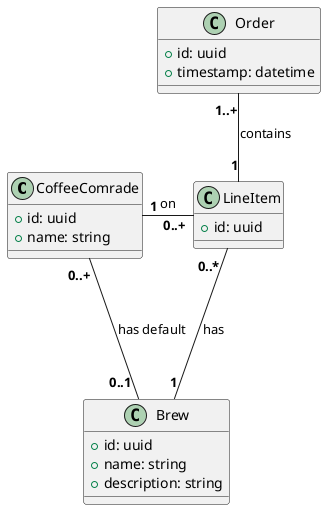
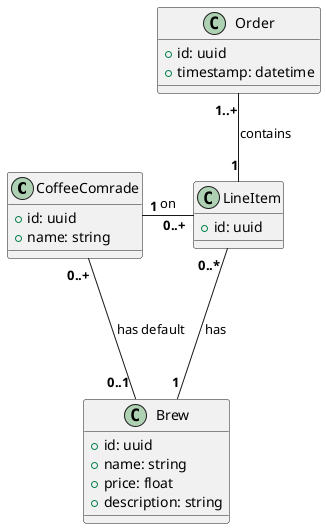
@startuml

class "CoffeeComrade" as cc {
    + id: uuid
    + name: string
}

class "Brew" as br {
    + id: uuid
    + name: string
+     + price: float
    + description: string
}

class "Order" as or {
    + id: uuid
    + timestamp: datetime
}

' keep line items very simple, quantities can be expressed with multiple rows of the same foreign keys
class "LineItem" as li {
    + id: uuid
}

cc "<b>0..+"-"<b>0..1 " br : has default
or "<b>1..+"--"<b>1" li : contains
li "<b>0..* "---"<b>1" br : has
cc "<b>1"-"<b>0..+" li : on

@enduml